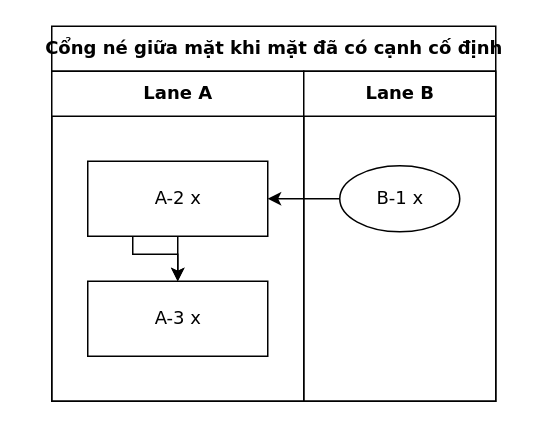
Before: conformance/golden/cases/70-port-avoid-center.drawio in luytbq/flowcast, a draw.io diagram. Source tidied: cells renumbered, new cells numbered last; positions are measured from the earlier drawing's top-left corner, leaving out a move shared by most shapes. Both pictures are drawn from the tidied source at 150%, with x=0, y=0 at pixel (51, 26).
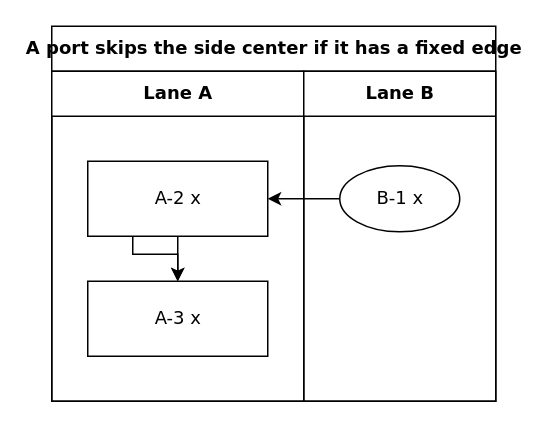
Above is the later version.

What changed in the source:
```diff
@@
 <mxGraphModel>
   <root>
     <mxCell id="0" />
     <mxCell id="1" parent="0" />
-    <mxCell id="2" value="Cổng né giữa mặt khi mặt đã có cạnh cố định" style="swimlane;html=1;startSize=30;fontStyle=1;fontFamily=Verdana;fontSize=12;flowtable=1;" parent="1" vertex="1">
+    <mxCell id="2" value="A port skips the side center if it has a fixed edge" style="swimlane;html=1;startSize=30;fontStyle=1;fontFamily=Verdana;fontSize=12;flowtable=1;" parent="1" vertex="1">
       <mxGeometry width="296" height="250" as="geometry" />
     </mxCell>
     <mxCell id="3" value="Lane A" style="swimlane;html=1;startSize=30;fontFamily=Verdana;fontSize=12;flowtable=1;" parent="2" vertex="1">
       <mxGeometry y="30" width="168" height="220" as="geometry" />
     </mxCell>
     <mxCell id="4" value="Lane B" style="swimlane;html=1;startSize=30;fontFamily=Verdana;fontSize=12;flowtable=1;" parent="2" vertex="1">
       <mxGeometry x="168" y="30" width="128" height="220" as="geometry" />
     </mxCell>
     <mxCell id="5" value="B-1 x" style="ellipse;html=1;fontFamily=Verdana;fontSize=12;flowtable=1;" parent="4" vertex="1">
       <mxGeometry x="24" y="63" width="80" height="44" as="geometry" />
     </mxCell>
     <mxCell id="6" value="A-2 x" style="rounded=0;html=1;fontFamily=Verdana;fontSize=12;flowtable=1;" parent="3" vertex="1">
       <mxGeometry x="24" y="60" width="120" height="50" as="geometry" />
     </mxCell>
     <mxCell id="7" value="A-3 x" style="rounded=0;html=1;fontFamily=Verdana;fontSize=12;flowtable=1;" parent="3" vertex="1">
       <mxGeometry x="24" y="140" width="120" height="50" as="geometry" />
     </mxCell>
     <mxCell id="8" style="edgeStyle=orthogonalEdgeStyle;rounded=0;jettySize=auto;html=1;labelBackgroundColor=default;exitX=0;exitY=0.5;exitDx=0;exitDy=0;entryX=1;entryY=0.5;entryDx=0;entryDy=0;fontFamily=Verdana;fontSize=12;flowtable=1;" parent="2" edge="1" source="5" target="6">
       <mxGeometry relative="1" as="geometry" />
     </mxCell>
     <mxCell id="9" style="edgeStyle=orthogonalEdgeStyle;rounded=0;jettySize=auto;html=1;labelBackgroundColor=default;exitX=0.5;exitY=1;exitDx=0;exitDy=0;entryX=0.5;entryY=0;entryDx=0;entryDy=0;fontFamily=Verdana;fontSize=12;flowtable=1;" parent="2" edge="1" source="6" target="7">
       <mxGeometry relative="1" as="geometry" />
     </mxCell>
     <mxCell id="10" style="edgeStyle=orthogonalEdgeStyle;rounded=0;jettySize=auto;html=1;labelBackgroundColor=default;exitX=0.25;exitY=1;exitDx=0;exitDy=0;entryX=0.5;entryY=0;entryDx=0;entryDy=0;fontFamily=Verdana;fontSize=12;flowtable=1;" parent="2" edge="1" source="6" target="7">
       <mxGeometry relative="1" as="geometry">
         <Array as="points">
           <mxPoint x="54" y="152" />
           <mxPoint x="84" y="152" />
         </Array>
       </mxGeometry>
     </mxCell>
   </root>
 </mxGraphModel>
```
